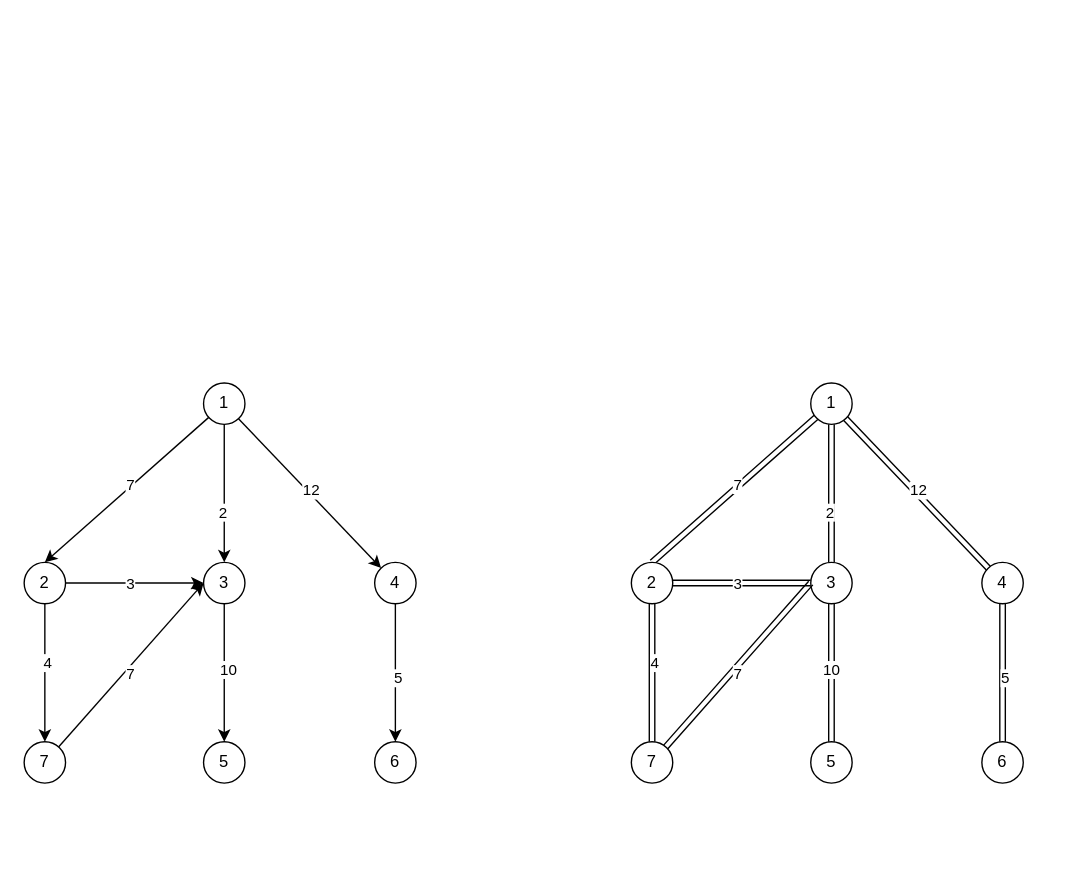
The draw.io diagram draw/graph.drawio in Pichaochang/datastructures-javascript, before the edit. Source tidied: cells renumbered, new cells numbered last; positions are measured from the earlier drawing's top-left corner, leaving out a move shared by most shapes. Both pictures are drawn from the tidied source at 138%, with x=0, y=0 at pixel (23, 382).
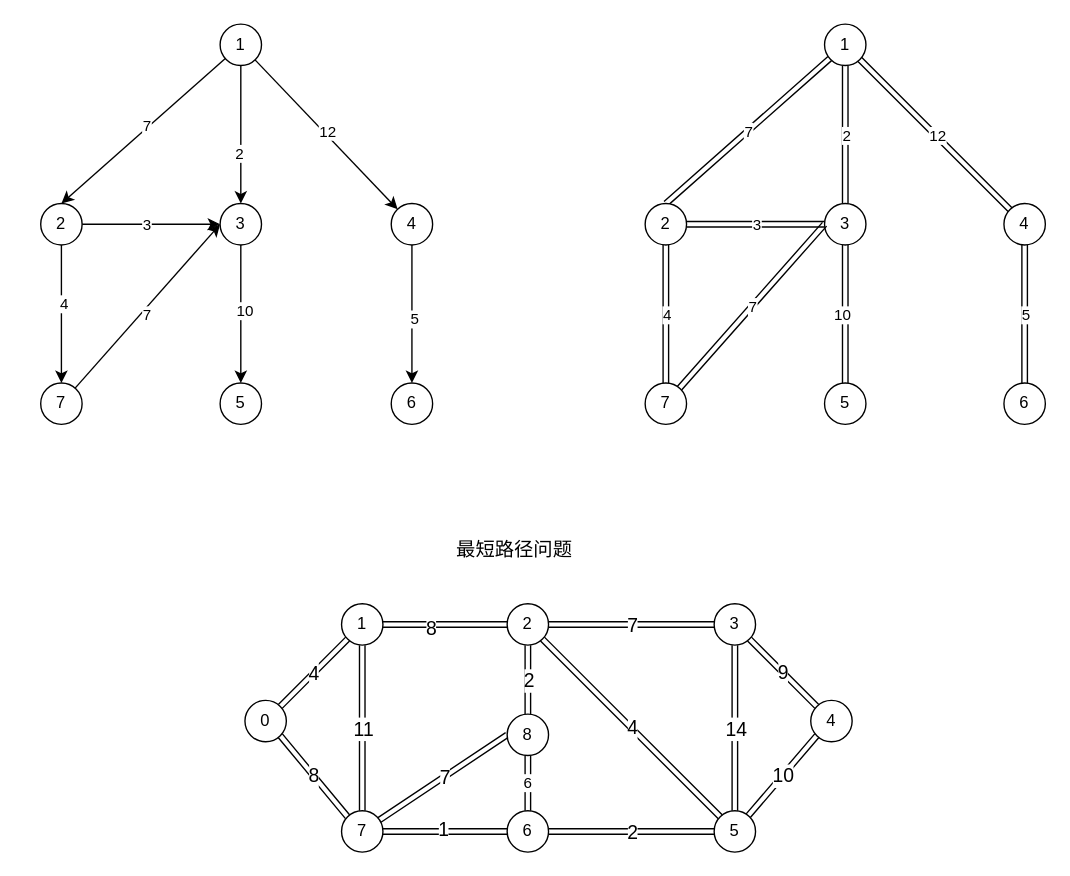
The same page after the edit.

The change refers to these unchanged cells:
```xml
<mxCell id="25" style="rounded=0;jettySize=auto;html=1;shape=link;strokeWidth=1;" parent="1" edge="1" source="31" target="39">
  <mxGeometry relative="1" as="geometry" />
</mxCell>
<mxCell id="27" style="rounded=0;jettySize=auto;html=1;entryX=0.5;entryY=0;entryDx=0;entryDy=0;shape=link;" parent="1" edge="1" source="31" target="36">
  <mxGeometry relative="1" as="geometry" />
</mxCell>
<mxCell id="29" style="rounded=0;jettySize=auto;html=1;shape=link;" parent="1" edge="1" source="31" target="46">
  <mxGeometry relative="1" as="geometry" />
</mxCell>
<mxCell id="32" style="rounded=0;jettySize=auto;html=1;entryX=0.5;entryY=0;entryDx=0;entryDy=0;shape=link;" parent="1" edge="1" source="36" target="42">
  <mxGeometry relative="1" as="geometry" />
</mxCell>
<mxCell id="34" style="edgeStyle=none;rounded=0;jettySize=auto;html=1;entryX=0;entryY=0.5;entryDx=0;entryDy=0;shape=link;" parent="1" edge="1" source="36" target="39">
  <mxGeometry relative="1" as="geometry" />
</mxCell>
<mxCell id="37" style="edgeStyle=none;rounded=0;jettySize=auto;html=1;entryX=0.5;entryY=0;entryDx=0;entryDy=0;shape=link;" parent="1" edge="1" source="39" target="43">
  <mxGeometry relative="1" as="geometry" />
</mxCell>
<mxCell id="40" style="jettySize=auto;html=1;entryX=0;entryY=0.5;entryDx=0;entryDy=0;rounded=0;shape=link;" parent="1" edge="1" source="42" target="39">
  <mxGeometry relative="1" as="geometry" />
</mxCell>
<mxCell id="44" style="edgeStyle=none;rounded=0;jettySize=auto;html=1;shape=link;" parent="1" edge="1" source="46" target="47">
  <mxGeometry relative="1" as="geometry" />
</mxCell>
```

The edit, as a diff of the source:
```diff
@@
     <mxCell id="8" value="1" style="ellipse;whiteSpace=wrap;html=1;" parent="1" vertex="1">
-      <mxGeometry x="130" width="30" height="30" as="geometry" />
+      <mxGeometry x="142" y="-260" width="30" height="30" as="geometry" />
     </mxCell>
@@
     <mxCell id="13" value="2" style="ellipse;whiteSpace=wrap;html=1;" parent="1" vertex="1">
-      <mxGeometry y="130" width="30" height="30" as="geometry" />
+      <mxGeometry x="12" y="-130" width="30" height="30" as="geometry" />
     </mxCell>
@@
     <mxCell id="16" value="3" style="ellipse;whiteSpace=wrap;html=1;" parent="1" vertex="1">
-      <mxGeometry x="130" y="130" width="30" height="30" as="geometry" />
+      <mxGeometry x="142" y="-130" width="30" height="30" as="geometry" />
     </mxCell>
@@
     <mxCell id="19" value="7" style="ellipse;whiteSpace=wrap;html=1;" parent="1" vertex="1">
-      <mxGeometry y="260" width="30" height="30" as="geometry" />
+      <mxGeometry x="12" width="30" height="30" as="geometry" />
     </mxCell>
     <mxCell id="20" value="5" style="ellipse;whiteSpace=wrap;html=1;" parent="1" vertex="1">
-      <mxGeometry x="130" y="260" width="30" height="30" as="geometry" />
+      <mxGeometry x="142" width="30" height="30" as="geometry" />
     </mxCell>
@@
     <mxCell id="23" value="4" style="ellipse;whiteSpace=wrap;html=1;" parent="1" vertex="1">
-      <mxGeometry x="254" y="130" width="30" height="30" as="geometry" />
+      <mxGeometry x="266" y="-130" width="30" height="30" as="geometry" />
     </mxCell>
     <mxCell id="24" value="6" style="ellipse;whiteSpace=wrap;html=1;" parent="1" vertex="1">
-      <mxGeometry x="254" y="260" width="30" height="30" as="geometry" />
+      <mxGeometry x="266" width="30" height="30" as="geometry" />
     </mxCell>
@@
     <mxCell id="26" value="2" style="edgeLabel;html=1;align=center;verticalAlign=middle;" parent="25" vertex="1">
-      <mxGeometry x="0.26" y="-2" relative="1" as="geometry" />
+      <mxGeometry relative="1" as="geometry" />
     </mxCell>
@@
     <mxCell id="28" value="7" style="edgeLabel;html=1;align=center;verticalAlign=middle;" parent="27" vertex="1">
-      <mxGeometry x="-0.05" y="-2" relative="1" as="geometry" />
+      <mxGeometry relative="1" as="geometry" />
     </mxCell>
@@
     <mxCell id="30" value="12" style="edgeLabel;html=1;align=center;verticalAlign=middle;" parent="29" vertex="1">
-      <mxGeometry x="-0.02" y="1" relative="1" as="geometry">
+      <mxGeometry relative="1" as="geometry">
         <mxPoint x="1" as="offset" />
       </mxGeometry>
     </mxCell>
     <mxCell id="31" value="1" style="ellipse;whiteSpace=wrap;html=1;" parent="1" vertex="1">
-      <mxGeometry x="570" width="30" height="30" as="geometry" />
+      <mxGeometry x="580" y="-260" width="30" height="30" as="geometry" />
     </mxCell>
@@
     <mxCell id="33" value="4" style="edgeLabel;html=1;align=center;verticalAlign=middle;" parent="32" vertex="1">
-      <mxGeometry x="-0.16" y="1" relative="1" as="geometry" />
+      <mxGeometry relative="1" as="geometry" />
     </mxCell>
@@
     <mxCell id="35" value="3" style="edgeLabel;html=1;align=center;verticalAlign=middle;" parent="34" vertex="1">
-      <mxGeometry x="-0.08" relative="1" as="geometry" />
+      <mxGeometry relative="1" as="geometry" />
     </mxCell>
     <mxCell id="36" value="2" style="ellipse;whiteSpace=wrap;html=1;" parent="1" vertex="1">
-      <mxGeometry x="440" y="130" width="30" height="30" as="geometry" />
+      <mxGeometry x="450" y="-130" width="30" height="30" as="geometry" />
     </mxCell>
@@
     <mxCell id="38" value="10" style="edgeLabel;html=1;align=center;verticalAlign=middle;" parent="37" vertex="1">
-      <mxGeometry x="-0.06" y="2" relative="1" as="geometry">
+      <mxGeometry relative="1" as="geometry">
         <mxPoint x="-3" as="offset" />
       </mxGeometry>
     </mxCell>
     <mxCell id="39" value="3" style="ellipse;whiteSpace=wrap;html=1;" parent="1" vertex="1">
-      <mxGeometry x="570" y="130" width="30" height="30" as="geometry" />
+      <mxGeometry x="580" y="-130" width="30" height="30" as="geometry" />
     </mxCell>
@@
     <mxCell id="41" value="7" style="edgeLabel;html=1;align=center;verticalAlign=middle;" parent="40" vertex="1">
-      <mxGeometry x="-0.07" y="-4" relative="1" as="geometry" />
+      <mxGeometry relative="1" as="geometry" />
     </mxCell>
     <mxCell id="42" value="7" style="ellipse;whiteSpace=wrap;html=1;" parent="1" vertex="1">
-      <mxGeometry x="440" y="260" width="30" height="30" as="geometry" />
+      <mxGeometry x="450" width="30" height="30" as="geometry" />
     </mxCell>
     <mxCell id="43" value="5" style="ellipse;whiteSpace=wrap;html=1;" parent="1" vertex="1">
-      <mxGeometry x="570" y="260" width="30" height="30" as="geometry" />
+      <mxGeometry x="580" width="30" height="30" as="geometry" />
     </mxCell>
@@
     <mxCell id="45" value="5" style="edgeLabel;html=1;align=center;verticalAlign=middle;" parent="44" vertex="1">
-      <mxGeometry x="0.06" y="1" relative="1" as="geometry" />
+      <mxGeometry relative="1" as="geometry" />
     </mxCell>
     <mxCell id="46" value="4" style="ellipse;whiteSpace=wrap;html=1;" parent="1" vertex="1">
-      <mxGeometry x="694" y="130" width="30" height="30" as="geometry" />
+      <mxGeometry x="710" y="-130" width="30" height="30" as="geometry" />
     </mxCell>
     <mxCell id="47" value="6" style="ellipse;whiteSpace=wrap;html=1;" parent="1" vertex="1">
-      <mxGeometry x="694" y="260" width="30" height="30" as="geometry" />
+      <mxGeometry x="710" width="30" height="30" as="geometry" />
     </mxCell>
+    <mxCell id="48" style="rounded=0;jettySize=auto;html=1;entryX=0;entryY=1;entryDx=0;entryDy=0;shape=link;align=center;" parent="1" edge="1" source="52" target="57">
+      <mxGeometry relative="1" as="geometry" />
+    </mxCell>
+    <mxCell id="49" value="4" style="edgeLabel;html=1;align=center;verticalAlign=middle;fontSize=14;" parent="48" vertex="1">
+      <mxGeometry relative="1" as="geometry" />
+    </mxCell>
+    <mxCell id="50" style="edgeStyle=none;rounded=0;jettySize=auto;html=1;exitX=1;exitY=1;exitDx=0;exitDy=0;entryX=0;entryY=0;entryDx=0;entryDy=0;shape=link;align=center;" parent="1" edge="1" source="52" target="61">
+      <mxGeometry relative="1" as="geometry" />
+    </mxCell>
+    <mxCell id="51" value="8" style="edgeLabel;html=1;align=center;verticalAlign=middle;fontSize=14;" parent="50" vertex="1">
+      <mxGeometry relative="1" as="geometry" />
+    </mxCell>
+    <mxCell id="52" value="0" style="ellipse;whiteSpace=wrap;html=1;align=center;" parent="1" vertex="1">
+      <mxGeometry x="160" y="230" width="30" height="30" as="geometry" />
+    </mxCell>
+    <mxCell id="53" style="edgeStyle=none;rounded=0;jettySize=auto;html=1;entryX=0;entryY=0.5;entryDx=0;entryDy=0;shape=link;align=center;" parent="1" edge="1" source="57" target="68">
+      <mxGeometry relative="1" as="geometry" />
+    </mxCell>
+    <mxCell id="54" value="8" style="edgeLabel;html=1;align=center;verticalAlign=middle;fontSize=14;" parent="53" vertex="1">
+      <mxGeometry relative="1" as="geometry">
+        <mxPoint x="-11" y="2" as="offset" />
+      </mxGeometry>
+    </mxCell>
+    <mxCell id="55" style="edgeStyle=none;shape=link;rounded=0;jettySize=auto;html=1;entryX=0.5;entryY=0;entryDx=0;entryDy=0;strokeColor=default;align=center;" parent="1" edge="1" source="57" target="61">
+      <mxGeometry relative="1" as="geometry" />
+    </mxCell>
+    <mxCell id="56" value="11" style="edgeLabel;html=1;align=center;verticalAlign=middle;fontSize=14;" parent="55" vertex="1">
+      <mxGeometry relative="1" as="geometry" />
+    </mxCell>
+    <mxCell id="57" value="1" style="ellipse;whiteSpace=wrap;html=1;align=center;" parent="1" vertex="1">
+      <mxGeometry x="230" y="160" width="30" height="30" as="geometry" />
+    </mxCell>
+    <mxCell id="58" style="edgeStyle=none;rounded=0;jettySize=auto;html=1;entryX=0;entryY=0.5;entryDx=0;entryDy=0;shape=link;align=center;" parent="1" edge="1" source="61" target="73">
+      <mxGeometry relative="1" as="geometry" />
+    </mxCell>
+    <mxCell id="59" style="edgeStyle=none;shape=link;rounded=0;jettySize=auto;html=1;entryX=0;entryY=0.5;entryDx=0;entryDy=0;strokeColor=default;align=center;" parent="1" edge="1" source="61" target="70">
+      <mxGeometry relative="1" as="geometry" />
+    </mxCell>
+    <mxCell id="60" value="7" style="edgeLabel;html=1;align=center;verticalAlign=middle;fontSize=14;" parent="59" vertex="1">
+      <mxGeometry relative="1" as="geometry" />
+    </mxCell>
+    <mxCell id="61" value="7" style="ellipse;whiteSpace=wrap;html=1;align=center;" parent="1" vertex="1">
+      <mxGeometry x="230" y="310" width="30" height="30" as="geometry" />
+    </mxCell>
+    <mxCell id="62" style="rounded=0;jettySize=auto;html=1;entryX=0;entryY=0.5;entryDx=0;entryDy=0;shape=link;align=center;" parent="1" edge="1" source="68" target="78">
+      <mxGeometry relative="1" as="geometry" />
+    </mxCell>
+    <mxCell id="63" value="7" style="edgeLabel;html=1;align=center;verticalAlign=middle;fontSize=14;" parent="62" vertex="1">
+      <mxGeometry relative="1" as="geometry" />
+    </mxCell>
+    <mxCell id="64" style="edgeStyle=none;rounded=0;jettySize=auto;html=1;entryX=0.5;entryY=0;entryDx=0;entryDy=0;shape=link;align=center;" parent="1" edge="1" source="68" target="70">
+      <mxGeometry relative="1" as="geometry" />
+    </mxCell>
+    <mxCell id="65" value="2" style="edgeLabel;html=1;align=center;verticalAlign=middle;fontSize=14;" parent="64" vertex="1">
+      <mxGeometry relative="1" as="geometry" />
+    </mxCell>
+    <mxCell id="66" style="edgeStyle=none;shape=link;rounded=0;jettySize=auto;html=1;entryX=0;entryY=0;entryDx=0;entryDy=0;strokeColor=default;align=center;" parent="1" edge="1" source="68" target="81">
+      <mxGeometry relative="1" as="geometry" />
+    </mxCell>
+    <mxCell id="67" value="4" style="edgeLabel;html=1;align=center;verticalAlign=middle;fontSize=14;" parent="66" vertex="1">
+      <mxGeometry relative="1" as="geometry">
+        <mxPoint x="1" as="offset" />
+      </mxGeometry>
+    </mxCell>
+    <mxCell id="68" value="2" style="ellipse;whiteSpace=wrap;html=1;align=center;" parent="1" vertex="1">
+      <mxGeometry x="350" y="160" width="30" height="30" as="geometry" />
+    </mxCell>
+    <mxCell id="69" value="6" style="edgeStyle=none;rounded=0;jettySize=auto;html=1;entryX=0.5;entryY=0;entryDx=0;entryDy=0;shape=link;strokeColor=default;align=center;" parent="1" edge="1" source="70" target="73">
+      <mxGeometry relative="1" as="geometry" />
+    </mxCell>
+    <mxCell id="70" value="8" style="ellipse;whiteSpace=wrap;html=1;align=center;" parent="1" vertex="1">
+      <mxGeometry x="350" y="240" width="30" height="30" as="geometry" />
+    </mxCell>
+    <mxCell id="71" style="edgeStyle=none;rounded=0;jettySize=auto;html=1;entryX=0;entryY=0.5;entryDx=0;entryDy=0;shape=link;align=center;" parent="1" edge="1" source="73" target="81">
+      <mxGeometry relative="1" as="geometry" />
+    </mxCell>
+    <mxCell id="72" value="2" style="edgeLabel;html=1;align=center;verticalAlign=middle;fontSize=14;" parent="71" vertex="1">
+      <mxGeometry relative="1" as="geometry" />
+    </mxCell>
+    <mxCell id="73" value="6" style="ellipse;whiteSpace=wrap;html=1;align=center;" parent="1" vertex="1">
+      <mxGeometry x="350" y="310" width="30" height="30" as="geometry" />
+    </mxCell>
+    <mxCell id="74" style="edgeStyle=none;rounded=0;jettySize=auto;html=1;entryX=0;entryY=0;entryDx=0;entryDy=0;shape=link;align=center;" parent="1" edge="1" source="78" target="82">
+      <mxGeometry relative="1" as="geometry" />
+    </mxCell>
+    <mxCell id="75" value="9" style="edgeLabel;html=1;align=center;verticalAlign=middle;fontSize=14;" parent="74" vertex="1">
+      <mxGeometry relative="1" as="geometry" />
+    </mxCell>
+    <mxCell id="76" style="edgeStyle=none;shape=link;rounded=0;jettySize=auto;html=1;entryX=0.5;entryY=0;entryDx=0;entryDy=0;strokeColor=default;align=center;" parent="1" edge="1" source="78" target="81">
+      <mxGeometry relative="1" as="geometry" />
+    </mxCell>
+    <mxCell id="77" value="14" style="edgeLabel;html=1;align=center;verticalAlign=middle;fontSize=14;" parent="76" vertex="1">
+      <mxGeometry relative="1" as="geometry" />
+    </mxCell>
+    <mxCell id="78" value="3" style="ellipse;whiteSpace=wrap;html=1;align=center;" parent="1" vertex="1">
+      <mxGeometry x="500" y="160" width="30" height="30" as="geometry" />
+    </mxCell>
+    <mxCell id="79" style="edgeStyle=none;rounded=0;jettySize=auto;html=1;entryX=0;entryY=1;entryDx=0;entryDy=0;shape=link;align=center;" parent="1" edge="1" source="81" target="82">
+      <mxGeometry relative="1" as="geometry" />
+    </mxCell>
+    <mxCell id="80" value="10" style="edgeLabel;html=1;align=center;verticalAlign=middle;fontSize=14;" parent="79" vertex="1">
+      <mxGeometry relative="1" as="geometry" />
+    </mxCell>
+    <mxCell id="81" value="5" style="ellipse;whiteSpace=wrap;html=1;align=center;" parent="1" vertex="1">
+      <mxGeometry x="500" y="310" width="30" height="30" as="geometry" />
+    </mxCell>
+    <mxCell id="82" value="4" style="ellipse;whiteSpace=wrap;html=1;align=center;" parent="1" vertex="1">
+      <mxGeometry x="570" y="230" width="30" height="30" as="geometry" />
+    </mxCell>
+    <mxCell id="83" value="最短路径问题" style="text;html=1;align=center;verticalAlign=middle;strokeColor=none;fillColor=none;fontSize=14;" parent="1" vertex="1">
+      <mxGeometry x="308" y="110" width="94" height="21" as="geometry" />
+    </mxCell>
+    <mxCell id="84" value="1" style="edgeLabel;html=1;align=center;verticalAlign=middle;fontSize=14;" parent="1" vertex="1">
+      <mxGeometry x="314.1" y="240" as="geometry">
+        <mxPoint x="-11" y="83" as="offset" />
+      </mxGeometry>
+    </mxCell>
```
